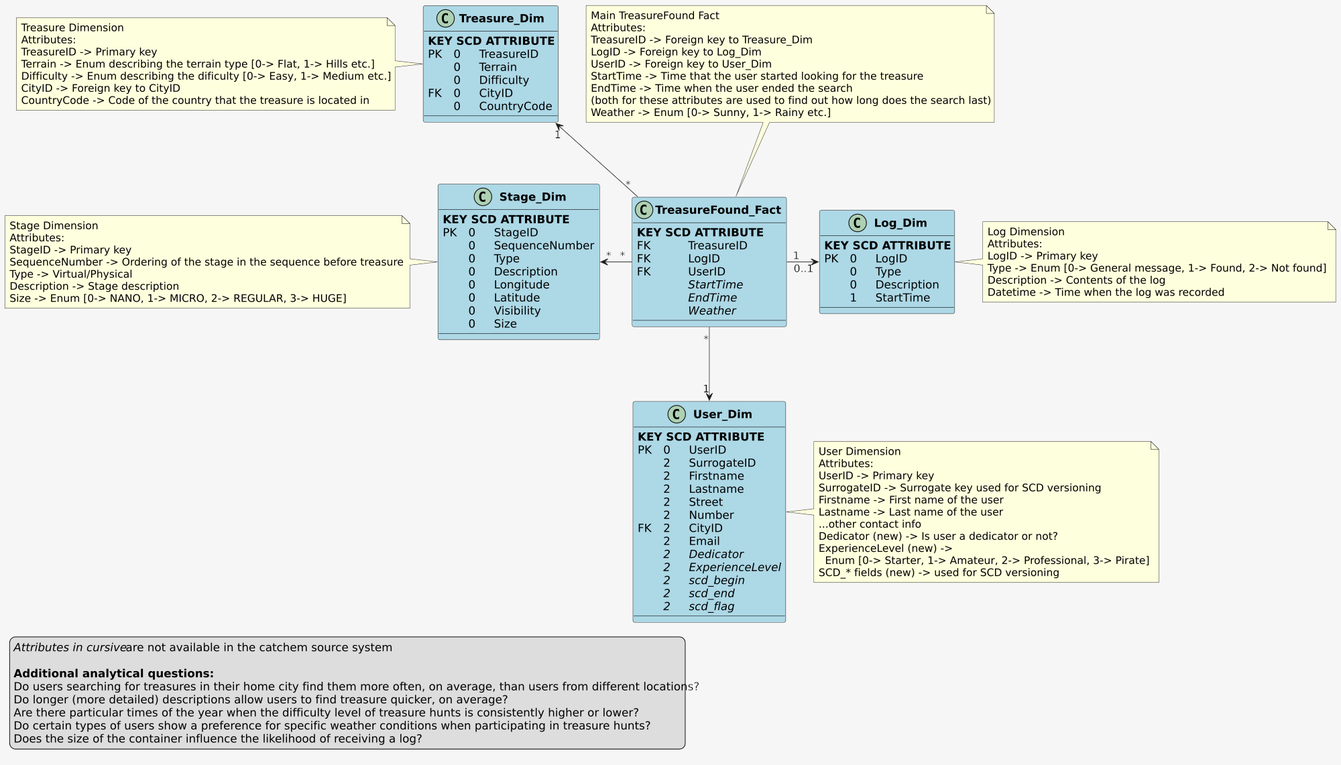
Earlier version of the PlantUML export logical_star_model/stardiagram_radoslaw_stepien.png (Miyan1/Data-4). Its source is kept beside it as logical_star_model/stardiagram_radoslaw_stepien.puml. Its diagram source:
```plantuml
@startuml
<style>
class {
    BackGroundColor lightblue
    LineColor black
    FontColor black
    HeaderFontStyle bold
}
</style>

class "**TreasureFound_Fact**" as TreasureFound_Fact {
  **KEY SCD ATTRIBUTE**
  FK\t\tTreasureID
  FK\t\tLogID
  FK\t\tUserID
  //\t\tStartTime//
  //\t\tEndTime//
  //\t\tWeather//
}

note top of TreasureFound_Fact
Main TreasureFound Fact
Attributes:
TreasureID -> Foreign key to Treasure_Dim
LogID -> Foreign key to Log_Dim
UserID -> Foreign key to User_Dim
StartTime -> Time that the user started looking for the treasure
EndTime -> Time when the user ended the search
(both for these attributes are used to find out how long does the search last)
Weather -> Enum [0-> Sunny, 1-> Rainy etc.]
end note

class "**Treasure_Dim**" as Treasure_Dim {
  **KEY SCD ATTRIBUTE**
  PK\t0\tTreasureID
  \t0\tTerrain
  \t0\tDifficulty
  FK\t0\tCityID
  \t0\tCountryCode
}

note left of Treasure_Dim
Treasure Dimension
Attributes:
TreasureID -> Primary key
Terrain -> Enum describing the terrain type [0-> Flat, 1-> Hills etc.]
Difficulty -> Enum describing the dificulty [0-> Easy, 1-> Medium etc.]
CityID -> Foreign key to CityID
CountryCode -> Code of the country that the treasure is located in
end note

class "**Log_Dim**" as Log_Dim {
  **KEY SCD ATTRIBUTE**
  PK\t0\tLogID
  \t0\tType
  \t0\tDescription
  \t1\tStartTime
}

note right of Log_Dim
Log Dimension
Attributes:
LogID -> Primary key
Type -> Enum [0-> General message, 1-> Found, 2-> Not found]
Description -> Contents of the log
Datetime -> Time when the log was recorded
end note

class "**User_Dim**" as User_Dim {
  **KEY SCD ATTRIBUTE**
  PK\t0\tUserID
  \t2\tSurrogateID
  \t2\tFirstname
  \t2\tLastname
  \t2\tStreet
  \t2\tNumber
  FK\t2\tCityID
  \t2\tEmail
  //\t2\tDedicator//
  //\t2\tExperienceLevel//
  //\t2\tscd_begin//
  //\t2\tscd_end//
  //\t2\tscd_flag//
}

note right of User_Dim
User Dimension
Attributes:
UserID -> Primary key
SurrogateID -> Surrogate key used for SCD versioning
Firstname -> First name of the user
Lastname -> Last name of the user
...other contact info
Dedicator (new) -> Is user a dedicator or not?
ExperienceLevel (new) ->
  Enum [0-> Starter, 1-> Amateur, 2-> Professional, 3-> Pirate]
SCD_* fields (new) -> used for SCD versioning
end note

class "**Stage_Dim**" as Stage_Dim {
  **KEY SCD ATTRIBUTE**
  PK\t0\tStageID
  \t0\tSequenceNumber
  \t0\tType
  \t0\tDescription
  \t0\tLongitude
  \t0\tLatitude
  \t0\tVisibility
  \t0\tSize
}

note left of Stage_Dim
Stage Dimension
Attributes:
StageID -> Primary key
SequenceNumber -> Ordering of the stage in the sequence before treasure
Type -> Virtual/Physical
Description -> Stage description
Size -> Enum [0-> NANO, 1-> MICRO, 2-> REGULAR, 3-> HUGE]
end note

TreasureFound_Fact -up-> Treasure_Dim : "*" "1"
TreasureFound_Fact -right-> Log_Dim : "1" "0..1"
TreasureFound_Fact -down-> User_Dim : "*" "1"
TreasureFound_Fact -left-> Stage_Dim : "*" "*"

legend left
//Attributes in cursive// are not available in the catchem source system

**Additional analytical questions:**
Do users searching for treasures in their home city find them more often, on average, than users from different locations?
Do longer (more detailed) descriptions allow users to find treasure quicker, on average?
Are there particular times of the year when the difficulty level of treasure hunts is consistently higher or lower?
Do certain types of users show a preference for specific weather conditions when participating in treasure hunts?
Does the size of the container influence the likelihood of receiving a log?
end legend

@enduml
```
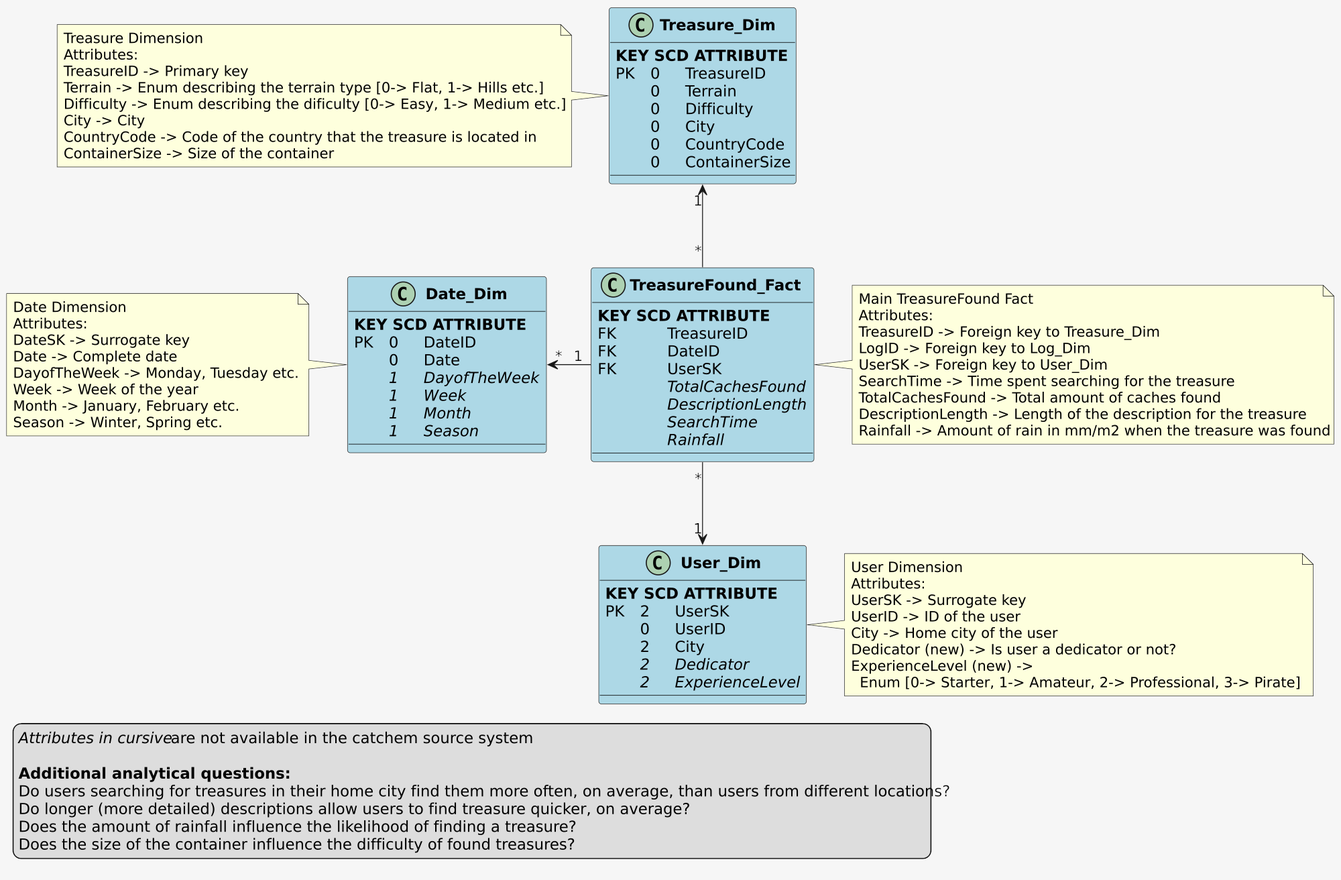
After the commit.

Change to the diagram source:
```diff
@@ -11,23 +11,24 @@
 class "**TreasureFound_Fact**" as TreasureFound_Fact {
   **KEY SCD ATTRIBUTE**
   FK\t\tTreasureID
-  FK\t\tLogID
-  FK\t\tUserID
-  //\t\tStartTime//
-  //\t\tEndTime//
-  //\t\tWeather//
+  FK\t\tDateID
+  FK\t\tUserSK
+  //\t\tTotalCachesFound//
+  //\t\tDescriptionLength//
+  //\t\tSearchTime//
+  //\t\tRainfall//
 }
 
-note top of TreasureFound_Fact
+note right of TreasureFound_Fact
 Main TreasureFound Fact
 Attributes:
 TreasureID -> Foreign key to Treasure_Dim
 LogID -> Foreign key to Log_Dim
-UserID -> Foreign key to User_Dim
-StartTime -> Time that the user started looking for the treasure
-EndTime -> Time when the user ended the search
-(both for these attributes are used to find out how long does the search last)
-Weather -> Enum [0-> Sunny, 1-> Rainy etc.]
+UserSK -> Foreign key to User_Dim
+SearchTime -> Time spent searching for the treasure
+TotalCachesFound -> Total amount of caches found
+DescriptionLength -> Length of the description for the treasure
+Rainfall -> Amount of rain in mm/m2 when the treasure was found
 end note
 
 class "**Treasure_Dim**" as Treasure_Dim {
@@ -35,8 +36,9 @@
   PK\t0\tTreasureID
   \t0\tTerrain
   \t0\tDifficulty
-  FK\t0\tCityID
+  \t0\tCity
   \t0\tCountryCode
+  \t0\tContainerSize
 }
 
 note left of Treasure_Dim
@@ -45,84 +47,55 @@
 TreasureID -> Primary key
 Terrain -> Enum describing the terrain type [0-> Flat, 1-> Hills etc.]
 Difficulty -> Enum describing the dificulty [0-> Easy, 1-> Medium etc.]
-CityID -> Foreign key to CityID
+City -> City
 CountryCode -> Code of the country that the treasure is located in
-end note
-
-class "**Log_Dim**" as Log_Dim {
-  **KEY SCD ATTRIBUTE**
-  PK\t0\tLogID
-  \t0\tType
-  \t0\tDescription
-  \t1\tStartTime
-}
-
-note right of Log_Dim
-Log Dimension
-Attributes:
-LogID -> Primary key
-Type -> Enum [0-> General message, 1-> Found, 2-> Not found]
-Description -> Contents of the log
-Datetime -> Time when the log was recorded
+ContainerSize -> Size of the container
 end note
 
 class "**User_Dim**" as User_Dim {
   **KEY SCD ATTRIBUTE**
-  PK\t0\tUserID
-  \t2\tSurrogateID
-  \t2\tFirstname
-  \t2\tLastname
-  \t2\tStreet
-  \t2\tNumber
-  FK\t2\tCityID
-  \t2\tEmail
+  PK\t2\tUserSK
+  \t0\tUserID
+  \t2\tCity
   //\t2\tDedicator//
   //\t2\tExperienceLevel//
-  //\t2\tscd_begin//
-  //\t2\tscd_end//
-  //\t2\tscd_flag//
 }
 
 note right of User_Dim
 User Dimension
 Attributes:
-UserID -> Primary key
-SurrogateID -> Surrogate key used for SCD versioning
-Firstname -> First name of the user
-Lastname -> Last name of the user
-...other contact info
+UserSK -> Surrogate key
+UserID -> ID of the user
+City -> Home city of the user
 Dedicator (new) -> Is user a dedicator or not?
 ExperienceLevel (new) ->
   Enum [0-> Starter, 1-> Amateur, 2-> Professional, 3-> Pirate]
-SCD_* fields (new) -> used for SCD versioning
 end note
 
-class "**Stage_Dim**" as Stage_Dim {
+class "**Date_Dim**" as Date_Dim {
   **KEY SCD ATTRIBUTE**
-  PK\t0\tStageID
-  \t0\tSequenceNumber
-  \t0\tType
-  \t0\tDescription
-  \t0\tLongitude
-  \t0\tLatitude
-  \t0\tVisibility
-  \t0\tSize
+  PK\t0\tDateID
+  \t0\tDate
+  //\t1\tDayofTheWeek//
+  //\t1\tWeek//
+  //\t1\tMonth//
+  //\t1\tSeason//
 }
 
-note left of Stage_Dim
-Stage Dimension
+note left of Date_Dim
+Date Dimension
 Attributes:
-StageID -> Primary key
-SequenceNumber -> Ordering of the stage in the sequence before treasure
-Type -> Virtual/Physical
-Description -> Stage description
-Size -> Enum [0-> NANO, 1-> MICRO, 2-> REGULAR, 3-> HUGE]
+DateSK -> Surrogate key
+Date -> Complete date
+DayofTheWeek -> Monday, Tuesday etc.
+Week -> Week of the year
+Month -> January, February etc.
+Season -> Winter, Spring etc.
 end note
 
 TreasureFound_Fact -up-> Treasure_Dim : "*" "1"
-TreasureFound_Fact -right-> Log_Dim : "1" "0..1"
 TreasureFound_Fact -down-> User_Dim : "*" "1"
-TreasureFound_Fact -left-> Stage_Dim : "*" "*"
+TreasureFound_Fact -left-> Date_Dim : "1" "*"
 
 legend left
 //Attributes in cursive// are not available in the catchem source system
@@ -130,9 +103,8 @@
 **Additional analytical questions:**
 Do users searching for treasures in their home city find them more often, on average, than users from different locations?
 Do longer (more detailed) descriptions allow users to find treasure quicker, on average?
-Are there particular times of the year when the difficulty level of treasure hunts is consistently higher or lower?
-Do certain types of users show a preference for specific weather conditions when participating in treasure hunts?
-Does the size of the container influence the likelihood of receiving a log?
+Does the amount of rainfall influence the likelihood of finding a treasure?
+Does the size of the container influence the difficulty of found treasures?
 end legend
 
 @enduml
```
